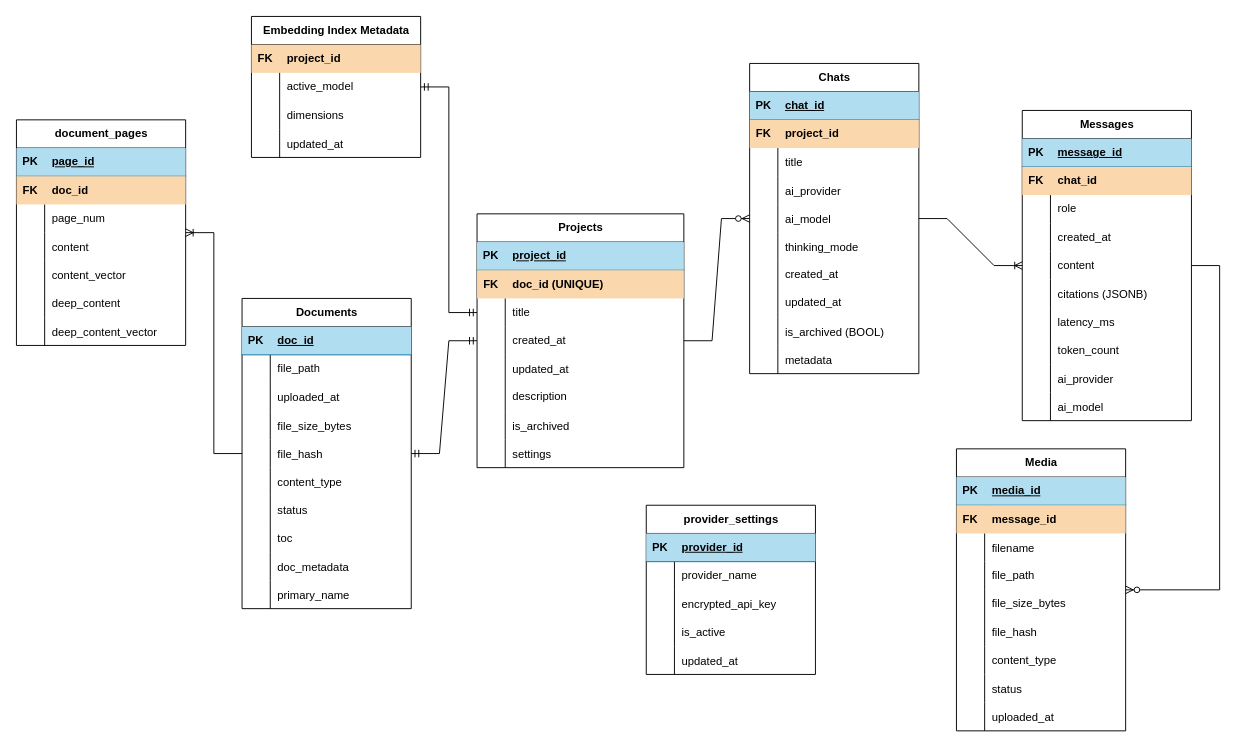
Above: docs/cognidocent_db.drawio in AbduAlrimali/CogniDocent (draw.io), before the change. Source tidied: cells renumbered, new cells numbered last; positions are measured from the earlier drawing's top-left corner, leaving out a move shared by most shapes. Both pictures are drawn from the tidied source at 94%, with x=0, y=0 at pixel (16, 16).
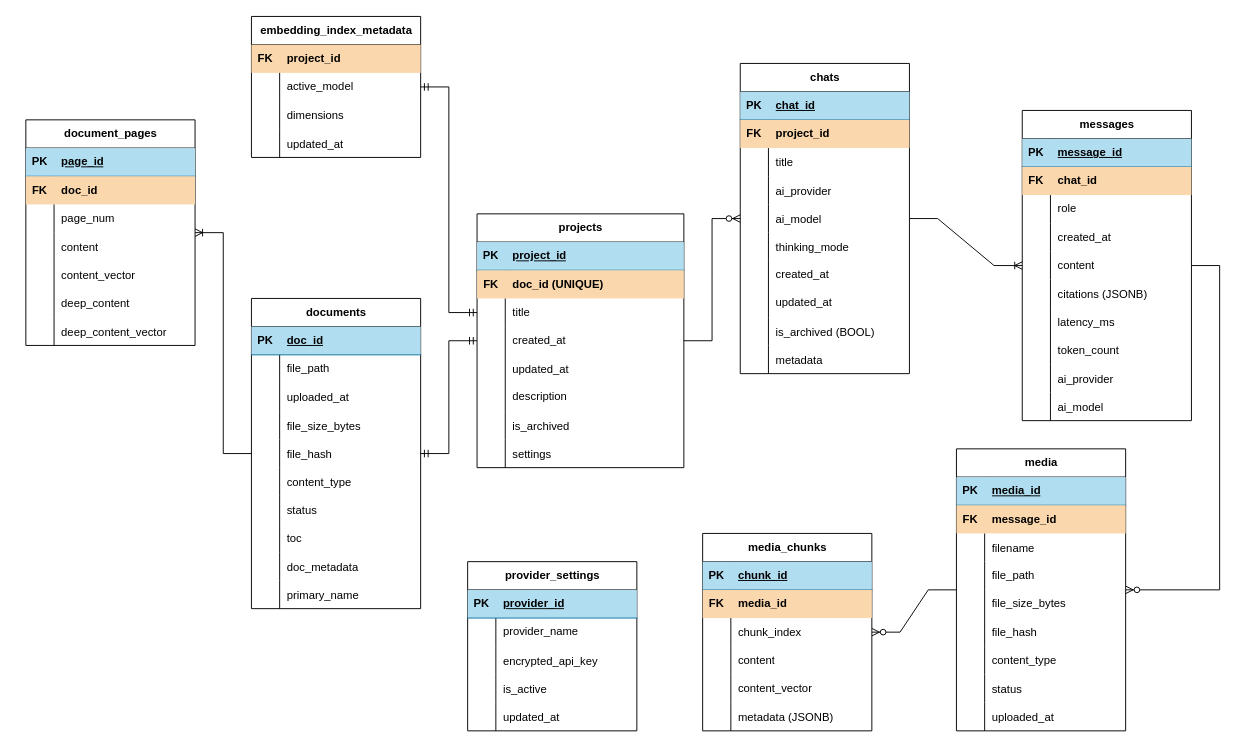
Above is the later version.

Diff of the diagram source:
```diff
@@
-    <mxCell id="2" value="Chats" style="shape=table;startSize=30;childLayout=tableLayout;rowLines=0;fontStyle=1;align=center;html=1;" parent="1" vertex="1">
-      <mxGeometry x="780" y="50" width="180" height="330" as="geometry" />
+    <mxCell id="2" value="chats" style="shape=table;startSize=30;childLayout=tableLayout;rowLines=0;fontStyle=1;align=center;html=1;" parent="1" vertex="1">
+      <mxGeometry x="770" y="50" width="180" height="330" as="geometry" />
     </mxCell>
@@
-    <mxCell id="33" value="Messages" style="shape=table;startSize=30;childLayout=tableLayout;rowLines=0;fontStyle=1;align=center;html=1;" parent="1" vertex="1">
+    <mxCell id="33" value="messages" style="shape=table;startSize=30;childLayout=tableLayout;rowLines=0;fontStyle=1;align=center;html=1;" parent="1" vertex="1">
       <mxGeometry x="1070" y="100" width="180" height="330" as="geometry" />
     </mxCell>
@@
-    <mxCell id="64" value="Media" style="shape=table;startSize=30;childLayout=tableLayout;rowLines=0;fontStyle=1;align=center;html=1;" parent="1" vertex="1">
+    <mxCell id="64" value="media" style="shape=table;startSize=30;childLayout=tableLayout;rowLines=0;fontStyle=1;align=center;html=1;" parent="1" vertex="1">
       <mxGeometry x="1000" y="460" width="180" height="300" as="geometry" />
     </mxCell>
@@
-    <mxCell id="93" value="Documents" style="shape=table;startSize=30;childLayout=tableLayout;rowLines=0;fontStyle=1;align=center;html=1;" parent="1" vertex="1">
-      <mxGeometry x="240" y="300" width="180" height="330" as="geometry" />
+    <mxCell id="93" value="documents" style="shape=table;startSize=30;childLayout=tableLayout;rowLines=0;fontStyle=1;align=center;html=1;" parent="1" vertex="1">
+      <mxGeometry x="250" y="300" width="180" height="330" as="geometry" />
     </mxCell>
@@
-    <mxCell id="126" value="Projects" style="shape=table;startSize=30;childLayout=tableLayout;rowLines=0;fontStyle=1;align=center;html=1;" parent="1" vertex="1">
+    <mxCell id="126" value="projects" style="shape=table;startSize=30;childLayout=tableLayout;rowLines=0;fontStyle=1;align=center;html=1;" parent="1" vertex="1">
       <mxGeometry x="490" y="210" width="220" height="270" as="geometry" />
     </mxCell>
@@
     <mxCell id="152" value="provider_settings " style="shape=table;startSize=30;childLayout=tableLayout;rowLines=0;fontStyle=1;align=center;html=1;" parent="1" vertex="1">
-      <mxGeometry x="670" y="520" width="180" height="180" as="geometry" />
+      <mxGeometry x="480" y="580" width="180" height="180" as="geometry" />
     </mxCell>
@@
     <mxCell id="168" value="document_pages " style="shape=table;startSize=30;childLayout=tableLayout;rowLines=0;fontStyle=1;align=center;html=1;" parent="1" vertex="1">
-      <mxGeometry y="110" width="180" height="240" as="geometry" />
+      <mxGeometry x="10" y="110" width="180" height="240" as="geometry" />
     </mxCell>
@@
-    <mxCell id="191" value="Embedding Index Metadata " style="shape=table;startSize=30;childLayout=tableLayout;rowLines=0;fontStyle=1;align=center;html=1;" parent="1" vertex="1">
+    <mxCell id="191" value="embedding_index_metadata " style="shape=table;startSize=30;childLayout=tableLayout;rowLines=0;fontStyle=1;align=center;html=1;" parent="1" vertex="1">
       <mxGeometry x="250" width="180" height="150" as="geometry" />
     </mxCell>
@@
+    <mxCell id="205" value="media_chunks" style="shape=table;startSize=30;childLayout=tableLayout;rowLines=0;fontStyle=1;align=center;html=1;" parent="1" vertex="1">
+      <mxGeometry x="730" y="550" width="180" height="210" as="geometry" />
+    </mxCell>
+    <mxCell id="206" style="shape=tableRow;horizontal=0;startSize=0;swimlaneHead=0;swimlaneBody=0;fillColor=#b1ddf0;top=0;left=0;right=0;bottom=1;strokeColor=#10739e;" parent="205" vertex="1">
+      <mxGeometry y="30" width="180" height="30" as="geometry" />
+    </mxCell>
+    <mxCell id="207" value="PK" style="shape=partialRectangle;fillColor=none;top=0;left=0;bottom=0;right=0;fontStyle=1;overflow=hidden;whiteSpace=wrap;html=1;" parent="206" vertex="1">
+      <mxGeometry width="30" height="30" as="geometry" />
+    </mxCell>
+    <mxCell id="208" value="chunk_id" style="shape=partialRectangle;fillColor=none;top=0;left=0;bottom=0;right=0;align=left;spacingLeft=6;fontStyle=5;overflow=hidden;whiteSpace=wrap;html=1;" parent="206" vertex="1">
+      <mxGeometry x="30" width="150" height="30" as="geometry" />
+    </mxCell>
+    <mxCell id="209" style="shape=tableRow;horizontal=0;startSize=0;swimlaneHead=0;swimlaneBody=0;fillColor=#fad7ac;top=0;left=0;right=0;bottom=0;strokeColor=#b46504;" parent="205" vertex="1">
+      <mxGeometry y="60" width="180" height="30" as="geometry" />
+    </mxCell>
+    <mxCell id="210" value="&lt;b&gt;FK&lt;/b&gt;" style="shape=partialRectangle;fillColor=none;top=0;left=0;bottom=0;right=0;fontStyle=0;overflow=hidden;whiteSpace=wrap;html=1;" parent="209" vertex="1">
+      <mxGeometry width="30" height="30" as="geometry" />
+    </mxCell>
+    <mxCell id="211" value="&lt;b&gt;media_id&lt;/b&gt;" style="shape=partialRectangle;fillColor=none;top=0;left=0;bottom=0;right=0;align=left;spacingLeft=6;fontStyle=0;overflow=hidden;whiteSpace=wrap;html=1;" parent="209" vertex="1">
+      <mxGeometry x="30" width="150" height="30" as="geometry" />
+    </mxCell>
+    <mxCell id="212" style="shape=tableRow;horizontal=0;startSize=0;swimlaneHead=0;swimlaneBody=0;fillColor=none;top=0;left=0;right=0;bottom=0;" parent="205" vertex="1">
+      <mxGeometry y="90" width="180" height="30" as="geometry" />
+    </mxCell>
+    <mxCell id="213" style="shape=partialRectangle;fillColor=none;top=0;left=0;bottom=0;right=0;overflow=hidden;" parent="212" vertex="1">
+      <mxGeometry width="30" height="30" as="geometry" />
+    </mxCell>
+    <mxCell id="214" value="chunk_index" style="shape=partialRectangle;fillColor=none;top=0;left=0;bottom=0;right=0;align=left;spacingLeft=6;overflow=hidden;" parent="212" vertex="1">
+      <mxGeometry x="30" width="150" height="30" as="geometry" />
+    </mxCell>
+    <mxCell id="215" style="shape=tableRow;horizontal=0;startSize=0;swimlaneHead=0;swimlaneBody=0;fillColor=none;top=0;left=0;right=0;bottom=0;" parent="205" vertex="1">
+      <mxGeometry y="120" width="180" height="30" as="geometry" />
+    </mxCell>
+    <mxCell id="216" style="shape=partialRectangle;fillColor=none;top=0;left=0;bottom=0;right=0;overflow=hidden;whiteSpace=wrap;html=1;" parent="215" vertex="1">
+      <mxGeometry width="30" height="30" as="geometry" />
+    </mxCell>
+    <mxCell id="217" value="content" style="shape=partialRectangle;fillColor=none;top=0;left=0;bottom=0;right=0;align=left;spacingLeft=6;overflow=hidden;whiteSpace=wrap;html=1;" parent="215" vertex="1">
+      <mxGeometry x="30" width="150" height="30" as="geometry" />
+    </mxCell>
+    <mxCell id="218" style="shape=tableRow;horizontal=0;startSize=0;swimlaneHead=0;swimlaneBody=0;fillColor=none;top=0;left=0;right=0;bottom=0;" parent="205" vertex="1">
+      <mxGeometry y="150" width="180" height="30" as="geometry" />
+    </mxCell>
+    <mxCell id="219" style="shape=partialRectangle;fillColor=none;top=0;left=0;bottom=0;right=0;overflow=hidden;whiteSpace=wrap;html=1;" parent="218" vertex="1">
+      <mxGeometry width="30" height="30" as="geometry" />
+    </mxCell>
+    <mxCell id="220" value="content_vector" style="shape=partialRectangle;fillColor=none;top=0;left=0;bottom=0;right=0;align=left;spacingLeft=6;overflow=hidden;whiteSpace=wrap;html=1;" parent="218" vertex="1">
+      <mxGeometry x="30" width="150" height="30" as="geometry" />
+    </mxCell>
+    <mxCell id="221" style="shape=tableRow;horizontal=0;startSize=0;swimlaneHead=0;swimlaneBody=0;fillColor=none;top=0;left=0;right=0;bottom=0;" parent="205" vertex="1">
+      <mxGeometry y="180" width="180" height="30" as="geometry" />
+    </mxCell>
+    <mxCell id="222" style="shape=partialRectangle;fillColor=none;top=0;left=0;bottom=0;right=0;overflow=hidden;" parent="221" vertex="1">
+      <mxGeometry width="30" height="30" as="geometry" />
+    </mxCell>
+    <mxCell id="223" value="metadata (JSONB)" style="shape=partialRectangle;fillColor=none;top=0;left=0;bottom=0;right=0;align=left;spacingLeft=6;overflow=hidden;" parent="221" vertex="1">
+      <mxGeometry x="30" width="150" height="30" as="geometry" />
+    </mxCell>
+    <mxCell id="224" style="edgeStyle=entityRelationEdgeStyle;fontSize=12;html=1;endArrow=ERzeroToMany;endFill=1;rounded=0;" parent="1" edge="1" source="64" target="205">
+      <mxGeometry relative="1" as="geometry" />
+    </mxCell>
```
